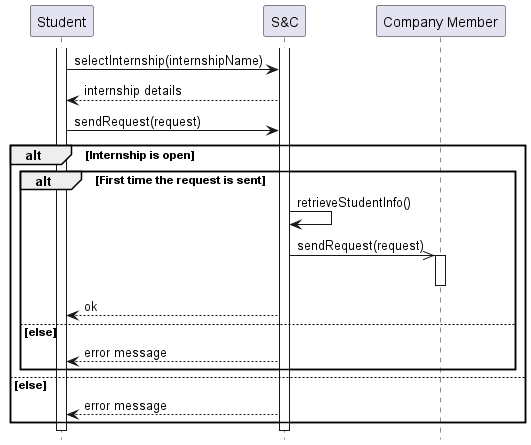
The PlantUML diagram RASD/Specific_requirements/uml_diagrams/UC16_diagram.png in matti8702/R_and_DD_project_SE2, before a commit.
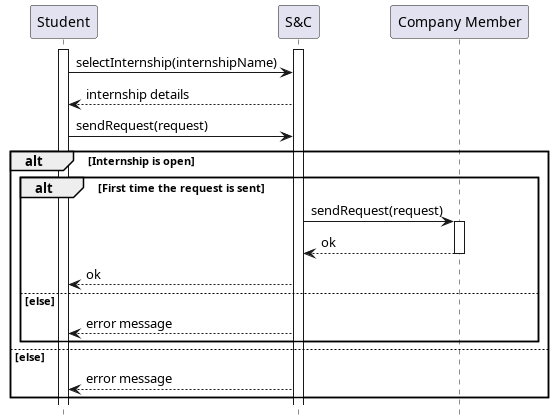
Later version of the same file.

The edit, as a diff of the source:
```diff
@@ -12,9 +12,9 @@
 ST -> S: sendRequest(request)
 alt Internship is open
     alt First time the request is sent
-        S -> S: retrieveStudentInfo()
-        S ->> CM : sendRequest(request)
+        S -> CM : sendRequest(request)
         activate CM
+        CM --> S : ok
         deactivate CM
         S --> ST : ok
     else else
```
